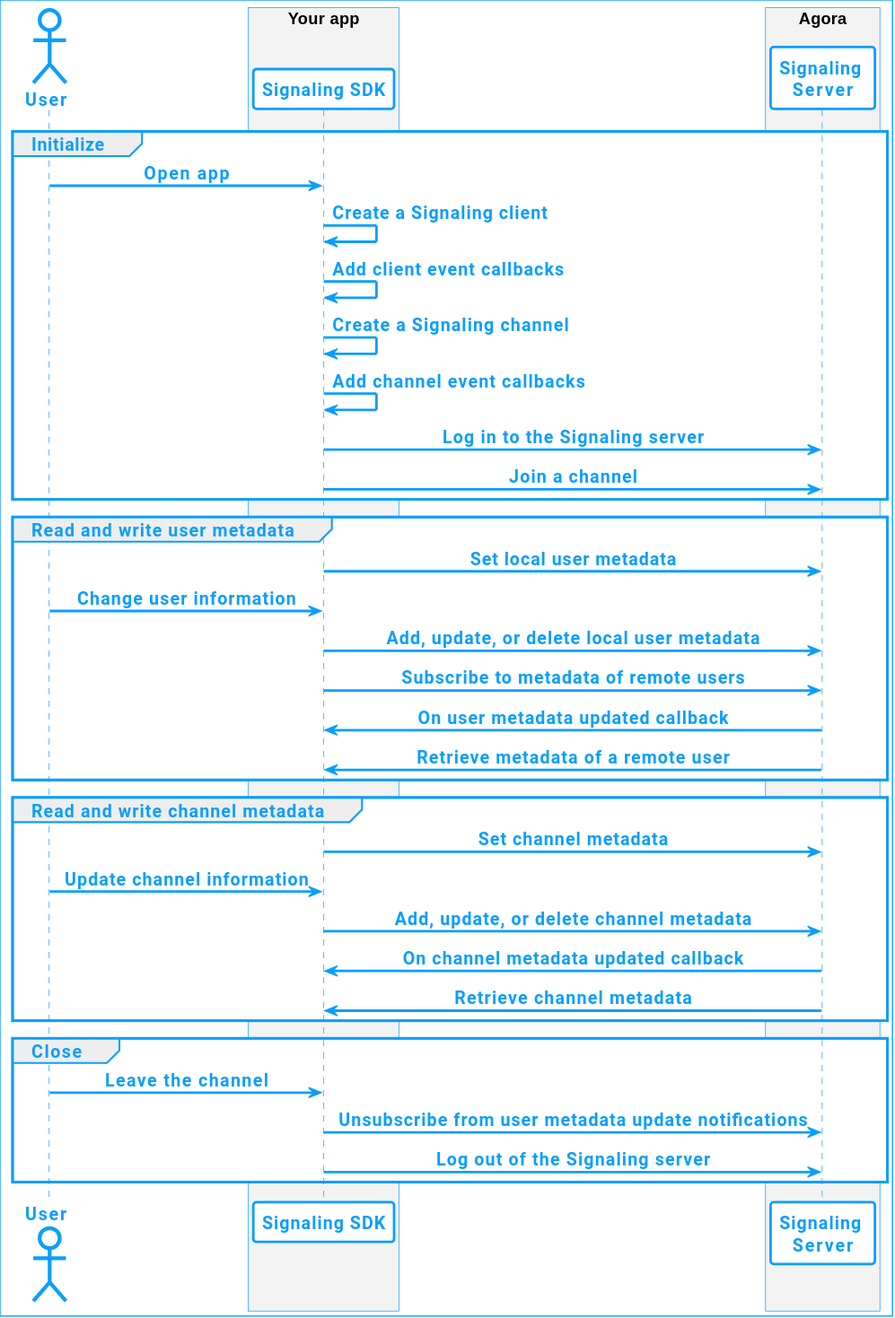
Earlier version of the PlantUML export assets/images/signaling/signaling-metadata-workflow.svg (AgoraIO/Docs-Source).
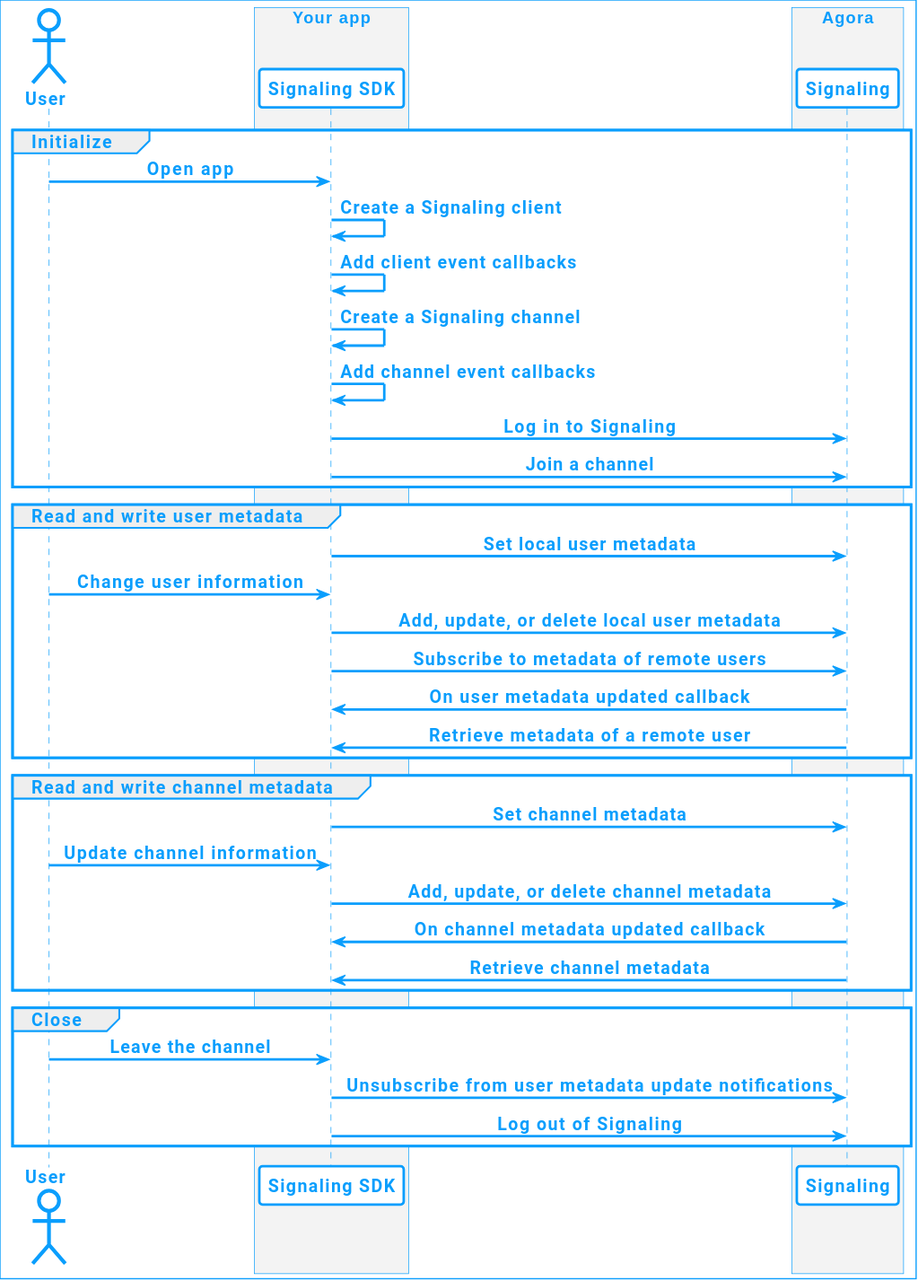
Later version of the same file.

What changed in the source:
```diff
@@ -1,5 +1,5 @@
 @startuml
-!include agora_skin.iuml
+!include ../video-sdk/agora_skin.iuml
 
 actor "User" as USR
 
@@ -8,7 +8,7 @@
 end box
 
 box "Agora"
-participant "Signaling \nServer" as API
+participant "Signaling" as API
 end box
 
 group Initialize
@@ -17,7 +17,7 @@
 APP -> APP: Add client event callbacks
 APP -> APP: Create a Signaling channel
 APP -> APP: Add channel event callbacks
-APP -> API: Log in to the Signaling server
+APP -> API: Log in to Signaling
 APP -> API: Join a channel
 end
 
@@ -41,6 +41,6 @@
 group Close
 USR -> APP: Leave the channel
 APP -> API: Unsubscribe from user metadata update notifications
-APP -> API: Log out of the Signaling server
+APP -> API: Log out of Signaling
 end
 @enduml
```
